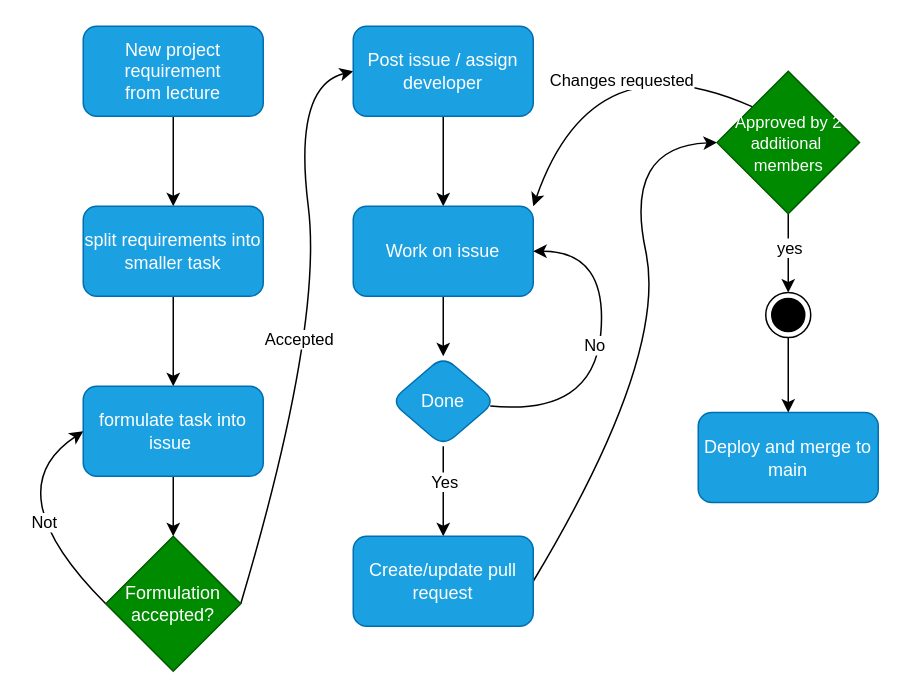
The draw.io diagram docs/diagrams/teamwork.drawio in ITU-BDSA23-GROUP4/Chirp, before the edit. Source tidied: cells renumbered, new cells numbered last; positions are measured from the earlier drawing's top-left corner, leaving out a move shared by most shapes. Both pictures are drawn from the tidied source at 150%, with x=0, y=0 at pixel (-8, 26).
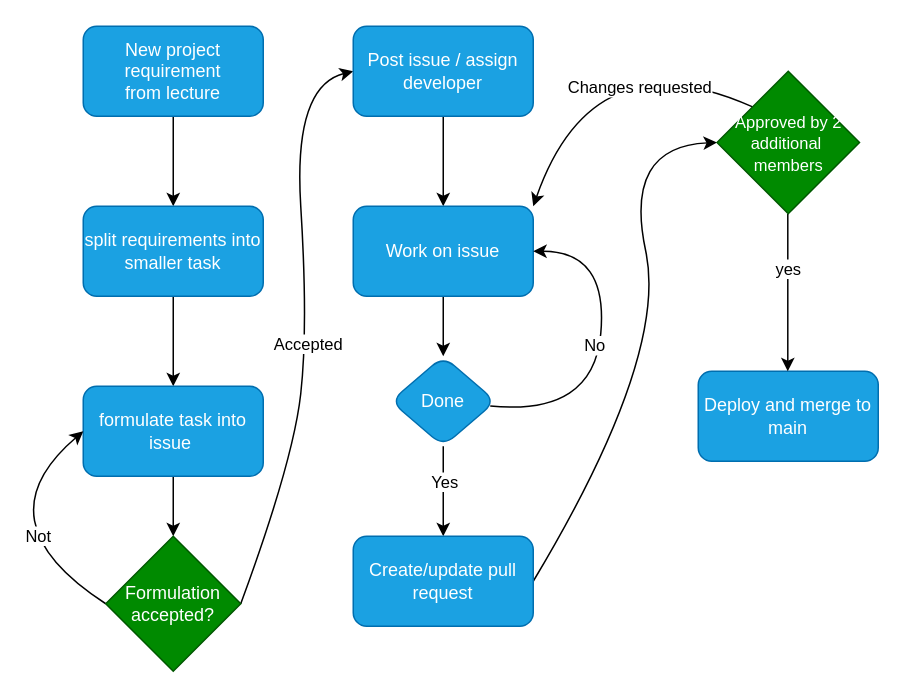
After the change.

The change refers to these unchanged cells:
```xml
<mxCell id="7" value="formulate task into issue&amp;nbsp;" style="rounded=1;whiteSpace=wrap;html=1;fillColor=#1ba1e2;fontColor=#ffffff;strokeColor=#006EAF;" parent="1" vertex="1">
  <mxGeometry x="60" y="240" width="120" height="60" as="geometry" />
</mxCell>
<mxCell id="12" value="Formulation&lt;br&gt;accepted?" style="rhombus;whiteSpace=wrap;html=1;fillColor=#008a00;fontColor=#ffffff;strokeColor=#005700;" parent="1" vertex="1">
  <mxGeometry x="75" y="340" width="90" height="90" as="geometry" />
</mxCell>
<mxCell id="14" value="Post issue / assign developer" style="rounded=1;whiteSpace=wrap;html=1;fillColor=#1ba1e2;fontColor=#ffffff;strokeColor=#006EAF;" parent="1" vertex="1">
  <mxGeometry x="240" width="120" height="60" as="geometry" />
</mxCell>
<mxCell id="27" style="edgeStyle=none;curved=1;html=1;exitX=0;exitY=0;exitDx=0;exitDy=0;entryX=1;entryY=0;entryDx=0;entryDy=0;fontSize=11;startArrow=none;startFill=0;" parent="1" edge="1" source="29" target="16">
  <mxGeometry relative="1" as="geometry">
    <Array as="points">
      <mxPoint x="400" y="6" />
    </Array>
  </mxGeometry>
</mxCell>
<mxCell id="29" value="&lt;font style=&quot;font-size: 11px;&quot;&gt;Approved by 2 additional&amp;nbsp; members&lt;/font&gt;" style="rhombus;whiteSpace=wrap;html=1;fillColor=#008a00;fontColor=#ffffff;strokeColor=#005700;" parent="1" vertex="1">
  <mxGeometry x="482.5" y="30" width="95" height="95" as="geometry" />
</mxCell>
```

What changed in the source:
```diff
@@
     <mxCell id="8" style="edgeStyle=none;curved=1;html=1;entryX=0;entryY=0.5;entryDx=0;entryDy=0;startArrow=none;startFill=0;exitX=0;exitY=0.5;exitDx=0;exitDy=0;" parent="1" edge="1" source="12" target="7">
       <mxGeometry relative="1" as="geometry">
         <Array as="points">
-          <mxPoint y="310" />
+          <mxPoint x="-10" y="330" />
         </Array>
       </mxGeometry>
     </mxCell>
     <mxCell id="9" value="Not" style="edgeLabel;html=1;align=center;verticalAlign=middle;" parent="8" vertex="1">
       <mxGeometry x="-0.33" y="-8" relative="1" as="geometry">
-        <mxPoint x="-5" y="-6" as="offset" />
+        <mxPoint x="5" y="-3" as="offset" />
       </mxGeometry>
     </mxCell>
     <mxCell id="10" style="edgeStyle=none;curved=1;html=1;exitX=1;exitY=0.5;exitDx=0;exitDy=0;startArrow=none;startFill=0;entryX=0;entryY=0.5;entryDx=0;entryDy=0;" parent="1" edge="1" source="12" target="14">
       <mxGeometry relative="1" as="geometry">
         <Array as="points">
-          <mxPoint x="220" y="200" />
+          <mxPoint x="200" y="290" />
+          <mxPoint x="210" y="200" />
           <mxPoint x="200" y="40" />
         </Array>
       </mxGeometry>
     </mxCell>
     <mxCell id="11" value="Accepted" style="edgeLabel;html=1;align=center;verticalAlign=middle;" parent="10" vertex="1">
-      <mxGeometry x="-0.09" y="13" relative="1" as="geometry" />
+      <mxGeometry x="-0.09" y="13" relative="1" as="geometry">
+        <mxPoint x="14" as="offset" />
+      </mxGeometry>
     </mxCell>
@@
     <mxCell id="24" value="Deploy and merge to main" style="whiteSpace=wrap;html=1;fillColor=#1ba1e2;strokeColor=#006EAF;fontColor=#ffffff;rounded=1;" parent="1" vertex="1">
-      <mxGeometry x="470" y="257.5" width="120" height="60" as="geometry" />
+      <mxGeometry x="470" y="230" width="120" height="60" as="geometry" />
     </mxCell>
-    <mxCell id="25" style="edgeStyle=none;curved=1;html=1;entryX=0.5;entryY=0;entryDx=0;entryDy=0;fontSize=11;startArrow=none;startFill=0;" parent="1" edge="1" source="29" target="31">
-      <mxGeometry relative="1" as="geometry" />
+    <mxCell id="25" style="edgeStyle=none;curved=1;html=1;entryX=0.5;entryY=0;entryDx=0;entryDy=0;fontSize=11;startArrow=none;startFill=0;" parent="1" edge="1">
+      <mxGeometry relative="1" as="geometry">
+        <mxPoint x="529.7" y="125" as="sourcePoint" />
+        <mxPoint x="529.7" y="230" as="targetPoint" />
+      </mxGeometry>
     </mxCell>
@@
     <mxCell id="28" value="Changes requested" style="edgeLabel;html=1;align=center;verticalAlign=middle;fontSize=11;" parent="27" vertex="1">
-      <mxGeometry x="-0.26" y="19" relative="1" as="geometry" />
+      <mxGeometry x="-0.26" y="19" relative="1" as="geometry">
+        <mxPoint x="12" y="5" as="offset" />
+      </mxGeometry>
     </mxCell>
@@
-    <mxCell id="30" style="edgeStyle=none;curved=1;html=1;entryX=0.5;entryY=0;entryDx=0;entryDy=0;fontSize=11;startArrow=none;startFill=0;" parent="1" edge="1" source="31" target="24">
-      <mxGeometry relative="1" as="geometry" />
-    </mxCell>
-    <mxCell id="31" style="ellipse;html=1;shape=endState;fillColor=strokeColor;fontSize=11;" parent="1" vertex="1">
-      <mxGeometry x="515" y="177.5" width="30" height="30" as="geometry" />
-    </mxCell>
```
